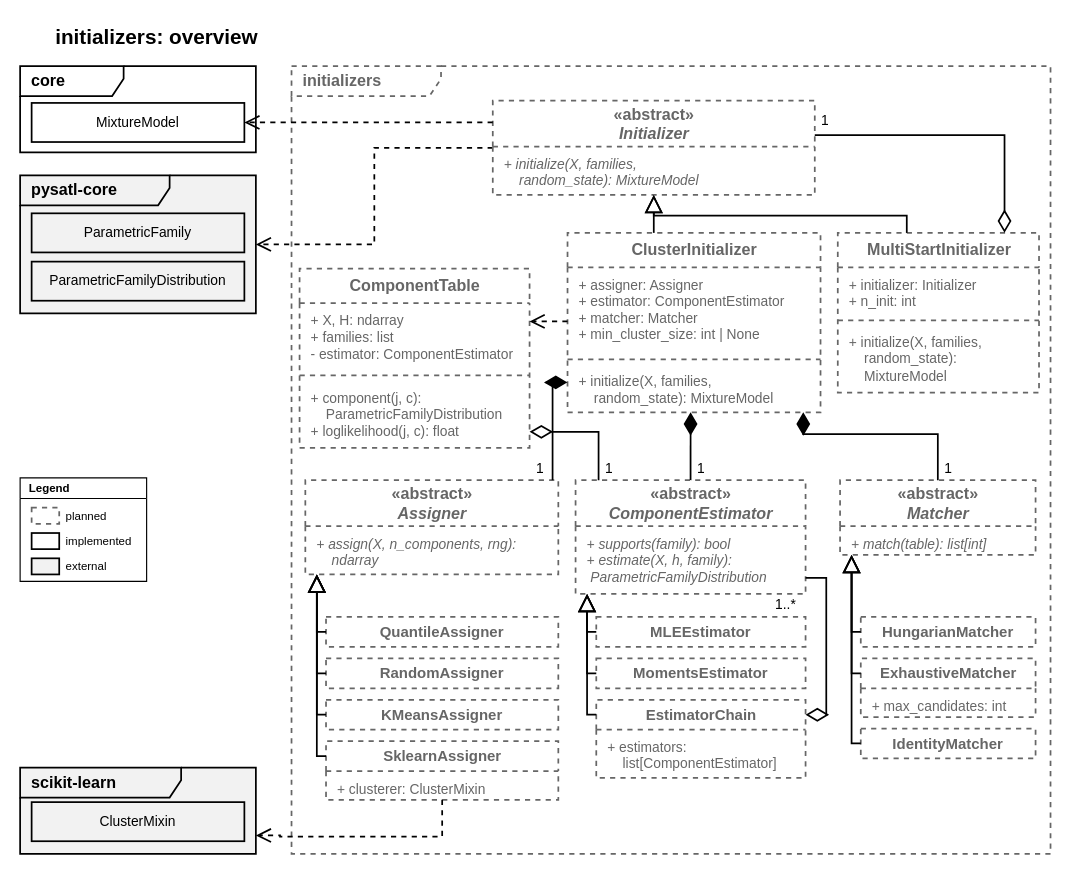
Above: page "Overview" (1 of 3) of docs/source/design/modules/initializers/diagrams/initializers.drawio in PySATL/pysatl-mpest (draw.io), before the change. Source tidied: cells renumbered, new cells numbered last; positions are measured from the earlier drawing's top-left corner, leaving out a move shared by most shapes. Both pictures are drawn from the tidied source at 115%, with x=0, y=0 at pixel (20, 20).
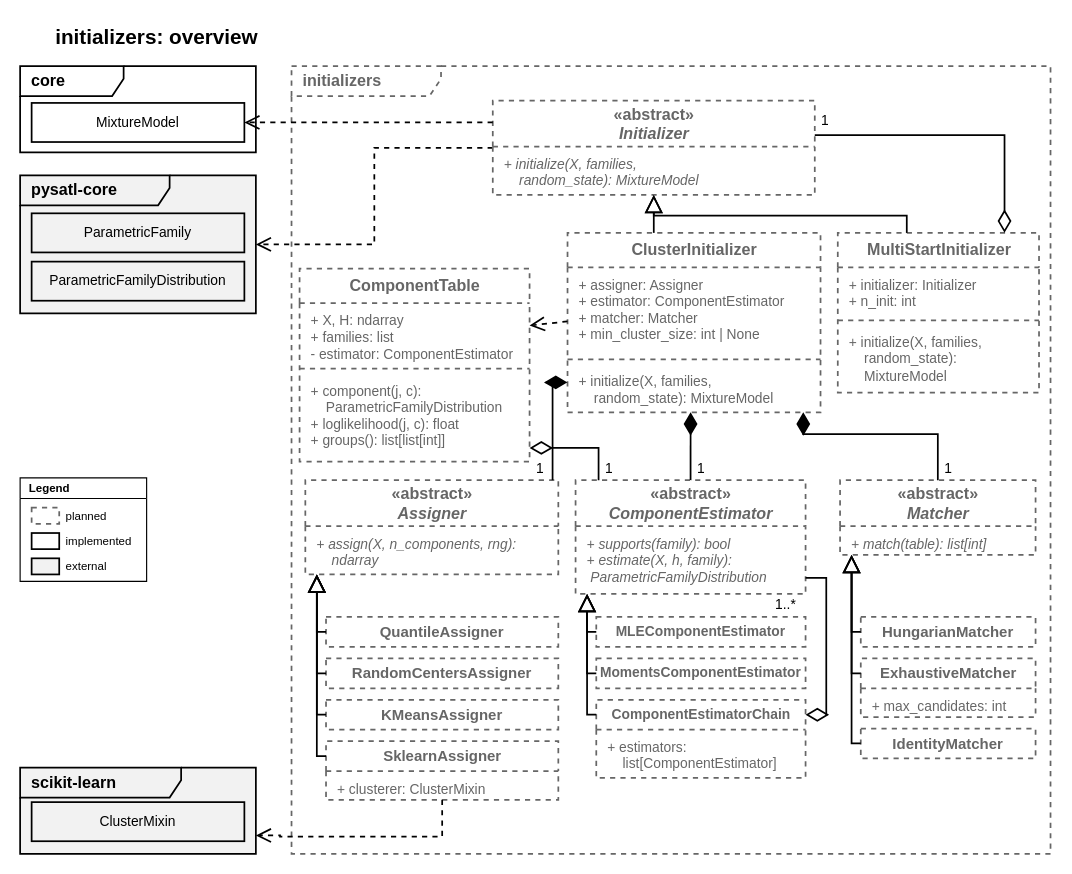
The same page after the edit.

The change refers to these unchanged cells:
```xml
<mxCell id="43" value="«abstract»&lt;br&gt;&lt;i&gt;ComponentEstimator&lt;/i&gt;" style="swimlane;fontStyle=1;align=center;verticalAlign=middle;startSize=40;horizontal=1;html=1;fillColor=#ffffff;swimlaneFillColor=#ffffff;strokeColor=#666666;strokeWidth=1.5;fontSize=14;fontFamily=Helvetica;fontColor=#666666;dashed=1;" parent="1" vertex="1">
  <mxGeometry x="483" y="400" width="200" height="99" as="geometry" />
</mxCell>
```

Change to the diagram source:
```diff
@@
-    <mxCell id="38" value="RandomAssigner" style="rounded=0;whiteSpace=wrap;html=1;fillColor=#ffffff;strokeColor=#666666;strokeWidth=1.5;fontSize=13;fontStyle=1;fontFamily=Helvetica;fontColor=#666666;dashed=1;" parent="1" vertex="1">
+    <mxCell id="38" value="RandomCentersAssigner" style="rounded=0;whiteSpace=wrap;html=1;fillColor=#ffffff;strokeColor=#666666;strokeWidth=1.5;fontSize=13;fontStyle=1;fontFamily=Helvetica;fontColor=#666666;dashed=1;" parent="1" vertex="1">
       <mxGeometry x="266" y="555" width="202" height="26" as="geometry" />
     </mxCell>
@@
-    <mxCell id="45" value="MLEEstimator" style="rounded=0;whiteSpace=wrap;html=1;fillColor=#ffffff;strokeColor=#666666;strokeWidth=1.5;fontSize=13;fontStyle=1;fontFamily=Helvetica;fontColor=#666666;dashed=1;" parent="1" vertex="1">
+    <mxCell id="45" value="MLEComponentEstimator" style="rounded=0;whiteSpace=wrap;html=1;fillColor=#ffffff;strokeColor=#666666;strokeWidth=1.5;fontSize=12;fontStyle=1;fontFamily=Helvetica;fontColor=#666666;dashed=1;" parent="1" vertex="1">
       <mxGeometry x="501" y="519" width="182" height="26" as="geometry" />
     </mxCell>
@@
-    <mxCell id="47" value="MomentsEstimator" style="rounded=0;whiteSpace=wrap;html=1;fillColor=#ffffff;strokeColor=#666666;strokeWidth=1.5;fontSize=13;fontStyle=1;fontFamily=Helvetica;fontColor=#666666;dashed=1;" parent="1" vertex="1">
+    <mxCell id="47" value="MomentsComponentEstimator" style="rounded=0;whiteSpace=wrap;html=1;fillColor=#ffffff;strokeColor=#666666;strokeWidth=1.5;fontSize=12;fontStyle=1;fontFamily=Helvetica;fontColor=#666666;dashed=1;" parent="1" vertex="1">
       <mxGeometry x="501" y="555" width="182" height="26" as="geometry" />
     </mxCell>
@@
-    <mxCell id="49" value="EstimatorChain" style="swimlane;fontStyle=1;align=center;verticalAlign=middle;startSize=26;horizontal=1;html=1;fillColor=#ffffff;swimlaneFillColor=#ffffff;strokeColor=#666666;strokeWidth=1.5;fontSize=13;fontFamily=Helvetica;fontColor=#666666;dashed=1;" parent="1" vertex="1">
+    <mxCell id="49" value="ComponentEstimatorChain" style="swimlane;fontStyle=1;align=center;verticalAlign=middle;startSize=26;horizontal=1;html=1;fillColor=#ffffff;swimlaneFillColor=#ffffff;strokeColor=#666666;strokeWidth=1.5;fontSize=12;fontFamily=Helvetica;fontColor=#666666;dashed=1;" parent="1" vertex="1">
       <mxGeometry x="501" y="591" width="182" height="68" as="geometry" />
     </mxCell>
@@
     <mxCell id="70" value="ComponentTable" style="swimlane;fontStyle=1;align=center;verticalAlign=middle;startSize=30;horizontal=1;html=1;fillColor=#ffffff;swimlaneFillColor=#ffffff;strokeColor=#666666;strokeWidth=1.5;fontSize=14;fontFamily=Helvetica;fontColor=#666666;dashed=1;" parent="1" vertex="1">
-      <mxGeometry x="243" y="216" width="200" height="156" as="geometry" />
+      <mxGeometry x="243" y="216" width="200" height="168" as="geometry" />
     </mxCell>
     <mxCell id="71" value="+ X, H: ndarray&lt;br&gt;+ families: list&lt;br&gt;- estimator: ComponentEstimator" style="text;html=1;align=left;verticalAlign=top;spacingLeft=8;spacingTop=2;whiteSpace=wrap;fontSize=12;fontFamily=Helvetica;fontColor=#666666;" parent="70" vertex="1">
-      <mxGeometry y="30" width="200" height="59" as="geometry" />
+      <mxGeometry y="30" width="200" height="53" as="geometry" />
     </mxCell>
     <mxCell id="72" style="line;html=1;strokeWidth=1.5;strokeColor=#666666;fillColor=none;dashed=1;" parent="70" vertex="1">
-      <mxGeometry y="89" width="200" height="8" as="geometry" />
+      <mxGeometry y="83" width="200" height="8" as="geometry" />
     </mxCell>
-    <mxCell id="73" value="+ component(j, c):&lt;br&gt;&amp;nbsp;&amp;nbsp;&amp;nbsp;&amp;nbsp;ParametricFamilyDistribution&lt;br&gt;+ loglikelihood(j, c): float" style="text;html=1;align=left;verticalAlign=top;spacingLeft=8;spacingTop=2;whiteSpace=wrap;fontSize=12;fontFamily=Helvetica;fontColor=#666666;" parent="70" vertex="1">
-      <mxGeometry y="97" width="200" height="59" as="geometry" />
+    <mxCell id="73" value="+ component(j, c):&lt;br&gt;&amp;nbsp;&amp;nbsp;&amp;nbsp;&amp;nbsp;ParametricFamilyDistribution&lt;br&gt;+ loglikelihood(j, c): float&lt;br&gt;+ groups(): list[list[int]]" style="text;html=1;align=left;verticalAlign=top;spacingLeft=8;spacingTop=2;whiteSpace=wrap;fontSize=12;fontFamily=Helvetica;fontColor=#666666;" parent="70" vertex="1">
+      <mxGeometry y="91" width="200" height="77" as="geometry" />
     </mxCell>
@@
-    <mxCell id="75" style="edgeStyle=orthogonalEdgeStyle;rounded=0;html=1;strokeColor=#000000;strokeWidth=1.5;fontSize=12;fontFamily=Helvetica;fontColor=#000000;labelBackgroundColor=#ffffff;startArrow=diamondThin;startFill=0;startSize=16;endArrow=none;exitX=1;exitY=0.9103;exitPerimeter=0;entryX=0.1;entryY=0;entryPerimeter=0;" parent="1" edge="1" source="70" target="43">
+    <mxCell id="75" style="edgeStyle=orthogonalEdgeStyle;rounded=0;html=1;strokeColor=#000000;strokeWidth=1.5;fontSize=12;fontFamily=Helvetica;fontColor=#000000;labelBackgroundColor=#ffffff;startArrow=diamondThin;startFill=0;startSize=16;endArrow=none;exitX=1;exitY=0.9286;exitPerimeter=0;entryX=0.1;entryY=0;entryPerimeter=0;" parent="1" edge="1" source="70" target="43">
       <mxGeometry relative="1" as="geometry">
         <Array as="points">
-          <mxPoint x="503" y="358" />
+          <mxPoint x="503" y="372" />
         </Array>
       </mxGeometry>
     </mxCell>
```
